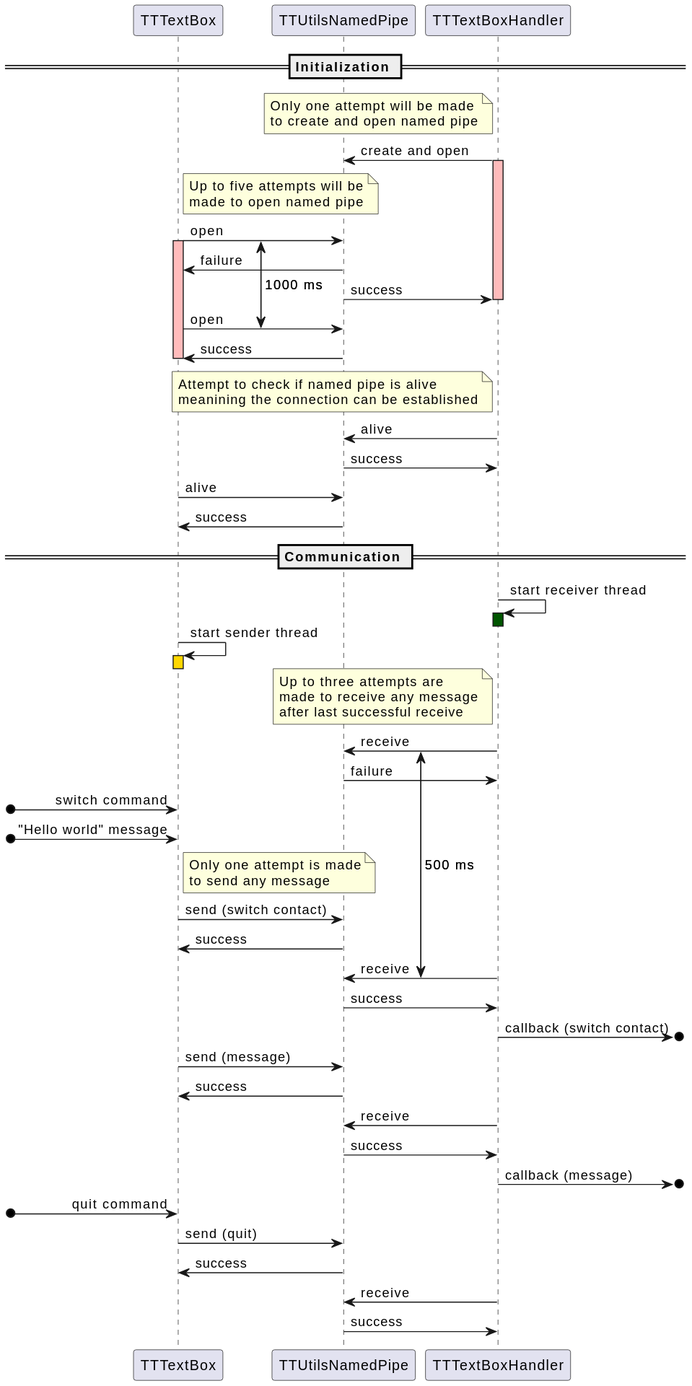
Earlier version of the PlantUML export textbox/doc/TTTextBoxCommunication.svg (devmichalek/TerminalTeams).
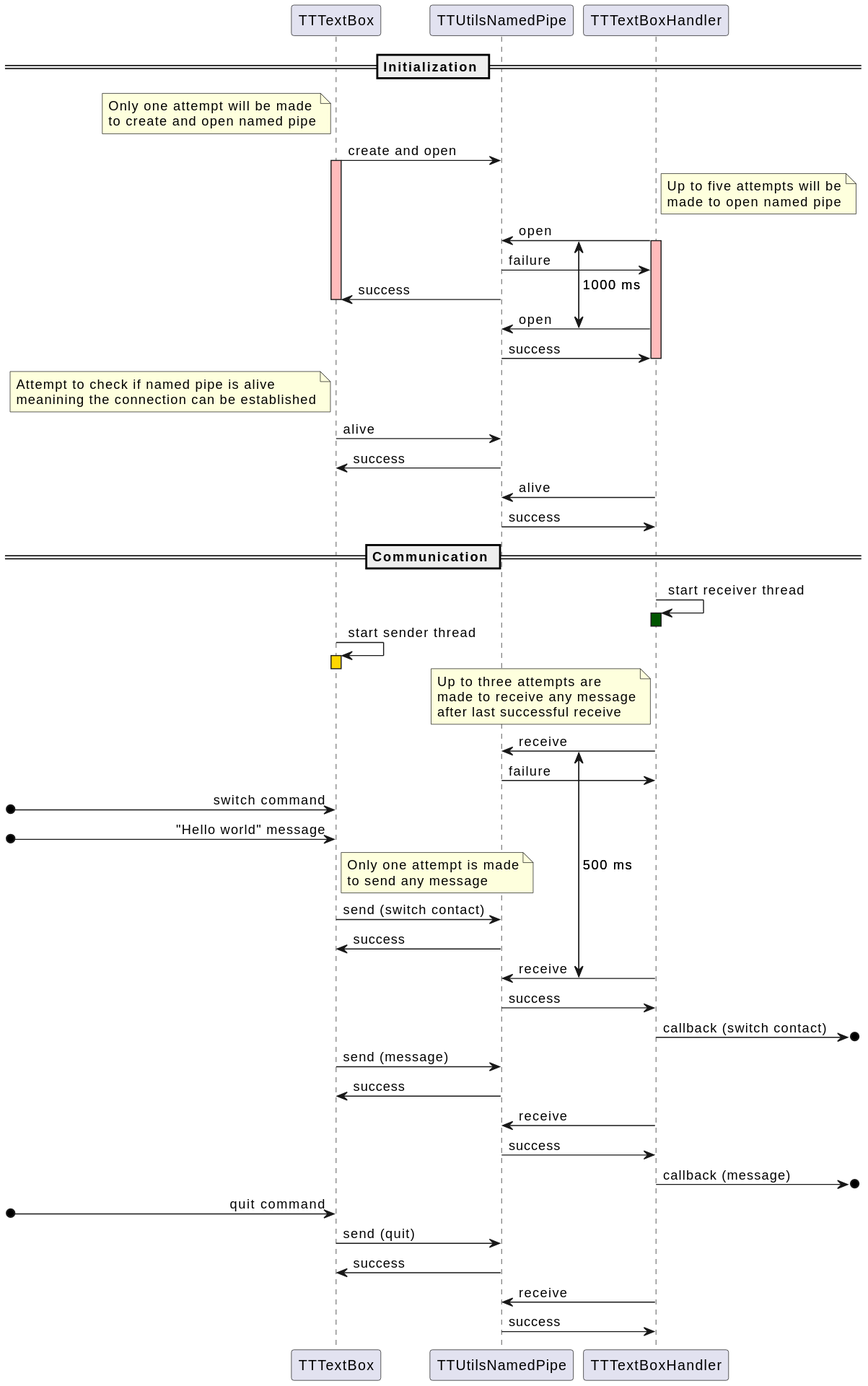
The same file after the commit.

Change to the diagram source:
```diff
@@ -6,33 +6,33 @@
 participant "TTTextBoxHandler" as TTTextBoxHandler
 
 == Initialization ==
-note left of TTTextBoxHandler
+note left of TTTextBox
 Only one attempt will be made
 to create and open named pipe
 end note
-TTTextBoxHandler -> TTUtilsNamedPipe : create and open
-activate TTTextBoxHandler #FFBBBB
-note right of TTTextBox
+TTTextBox -> TTUtilsNamedPipe : create and open
+activate TTTextBox #FFBBBB
+note right of TTTextBoxHandler
 Up to five attempts will be
 made to open named pipe
 end note
-{first_open} TTTextBox -> TTUtilsNamedPipe : open
-activate TTTextBox #FFBBBB
-TTUtilsNamedPipe -> TTTextBox : failure
+{first_open} TTTextBoxHandler -> TTUtilsNamedPipe : open
+activate TTTextBoxHandler #FFBBBB
+TTUtilsNamedPipe -> TTTextBoxHandler : failure
+TTUtilsNamedPipe -> TTTextBox : success
+deactivate TTTextBox
+{second_open} TTTextBoxHandler -> TTUtilsNamedPipe : open
+{first_open} <-> {second_open} : 1000 ms
 TTUtilsNamedPipe -> TTTextBoxHandler : success
 deactivate TTTextBoxHandler
-{second_open} TTTextBox -> TTUtilsNamedPipe : open
-{first_open} <-> {second_open} : 1000 ms
-TTUtilsNamedPipe -> TTTextBox : success
-deactivate TTTextBox
-note left of TTTextBoxHandler
+note left of TTTextBox
 Attempt to check if named pipe is alive
 meanining the connection can be established
 end note
+TTTextBox -> TTUtilsNamedPipe : alive
+TTUtilsNamedPipe -> TTTextBox : success
 TTTextBoxHandler -> TTUtilsNamedPipe : alive
 TTUtilsNamedPipe -> TTTextBoxHandler : success
-TTTextBox -> TTUtilsNamedPipe : alive
-TTUtilsNamedPipe -> TTTextBox : success
 
 == Communication ==
 TTTextBoxHandler -> TTTextBoxHandler : start receiver thread
```
